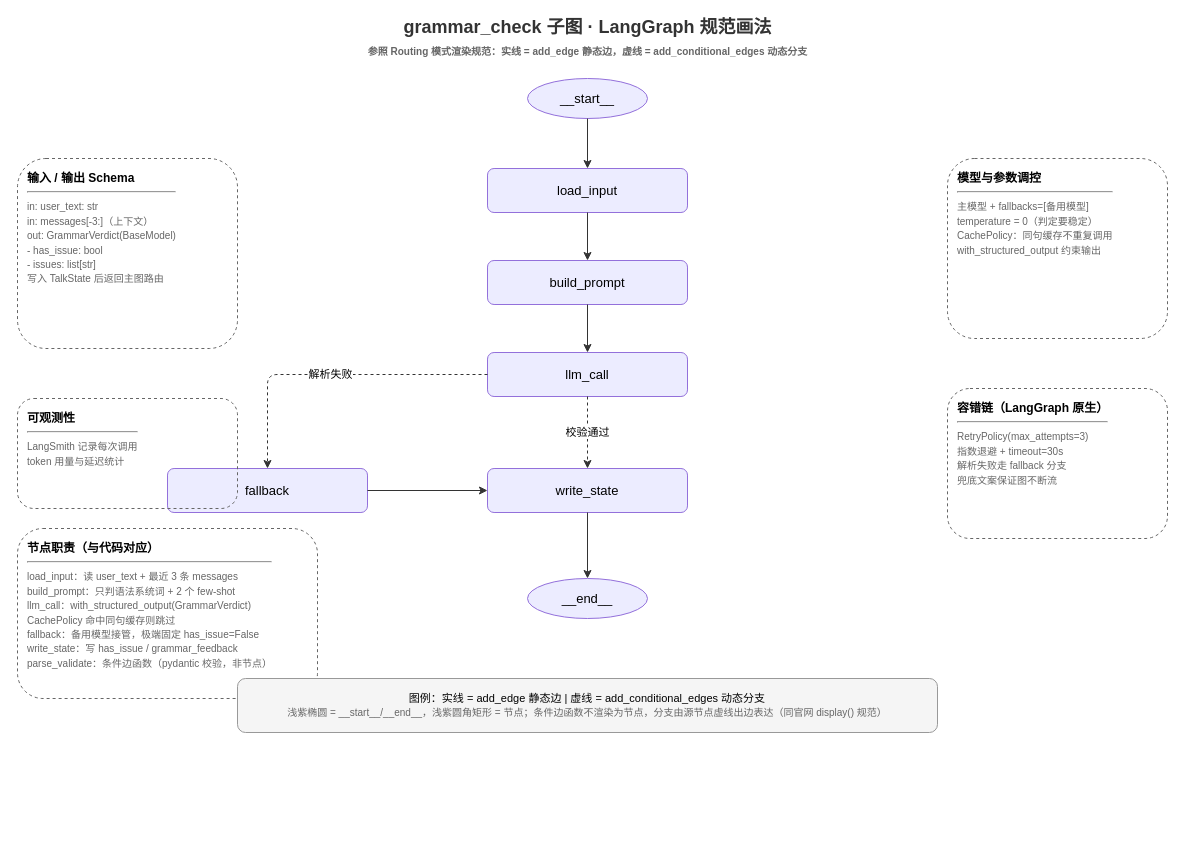
This is backend/src/talk_agent/document/grammar_check_graph.drawio from Ekko306/dialog-ai, a draw.io file, before an edit. Source tidied: cells renumbered, new cells numbered last; positions are measured from the earlier drawing's top-left corner, leaving out a move shared by most shapes. Both pictures are drawn from the tidied source at 100%, with x=0, y=0 at pixel (17, 18).
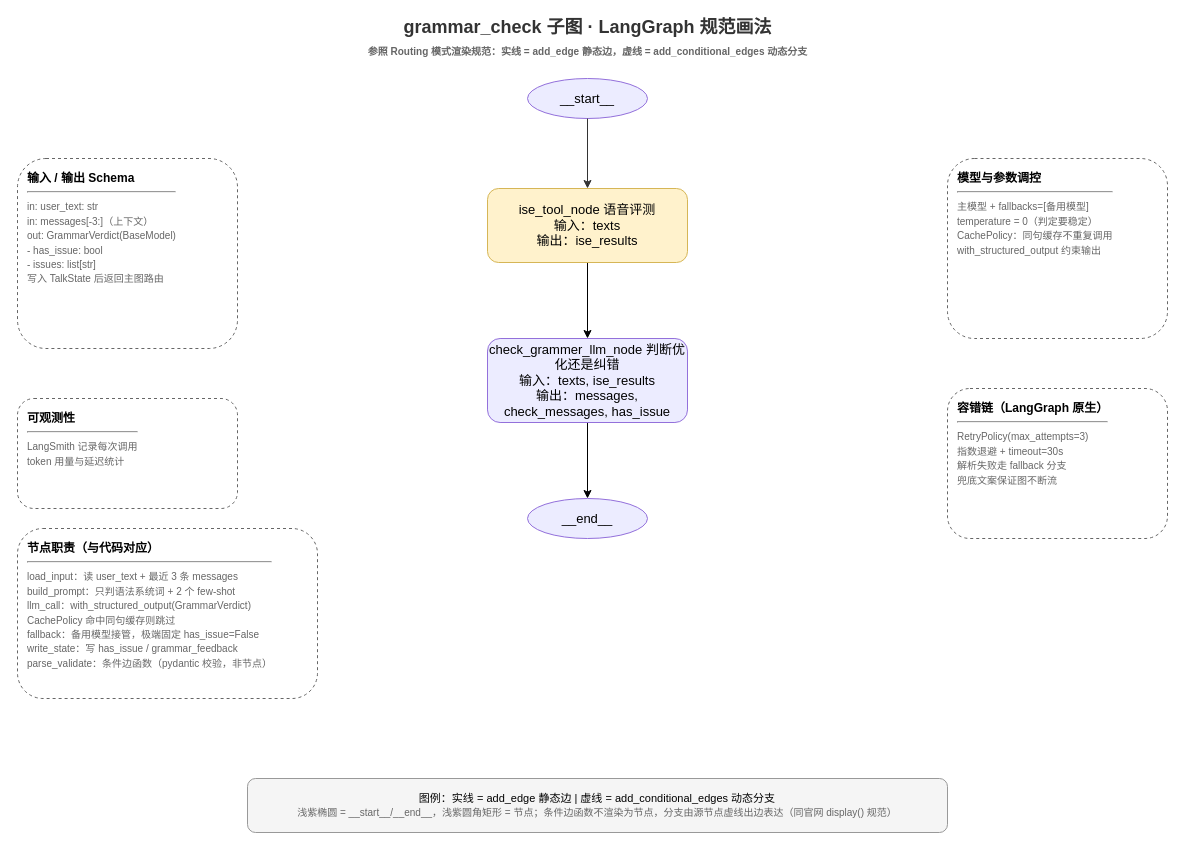
The same page after the edit.

What changed in the source:
```diff
@@
+    <mxCell id="23" style="edgeStyle=none;html=1;entryX=0.5;entryY=0;entryDx=0;entryDy=0;" parent="1" edge="1" source="4" target="6">
+      <mxGeometry relative="1" as="geometry" />
+    </mxCell>
-    <mxCell id="4" value="load_input" style="rounded=1;whiteSpace=wrap;html=1;fillColor=#ECECFF;strokeColor=#9370DB;fontSize=13;" parent="1" vertex="1">
-      <mxGeometry x="470" y="150" width="200" height="44" as="geometry" />
+    <mxCell id="4" value="ise_tool_node 语音评测&lt;br&gt;输入：texts&lt;br&gt;输出：ise_results" style="rounded=1;whiteSpace=wrap;html=1;fillColor=#fff2cc;strokeColor=#d6b656;fontSize=13;" parent="1" vertex="1">
+      <mxGeometry x="470" y="170" width="200" height="74" as="geometry" />
     </mxCell>
-    <mxCell id="5" value="build_prompt" style="rounded=1;whiteSpace=wrap;html=1;fillColor=#ECECFF;strokeColor=#9370DB;fontSize=13;" parent="1" vertex="1">
-      <mxGeometry x="470" y="242" width="200" height="44" as="geometry" />
-    </mxCell>
+    <mxCell id="24" style="edgeStyle=none;html=1;entryX=0.5;entryY=0;entryDx=0;entryDy=0;" parent="1" edge="1" source="6" target="9">
+      <mxGeometry relative="1" as="geometry" />
+    </mxCell>
-    <mxCell id="6" value="llm_call" style="rounded=1;whiteSpace=wrap;html=1;fillColor=#ECECFF;strokeColor=#9370DB;fontSize=13;" parent="1" vertex="1">
-      <mxGeometry x="470" y="334" width="200" height="44" as="geometry" />
+    <mxCell id="6" value="check_grammer_llm_node 判断优化还是纠错&lt;br&gt;输入：texts, ise_results&lt;br&gt;输出：messages, check_messages, has_issue" style="rounded=1;whiteSpace=wrap;html=1;fillColor=#ECECFF;strokeColor=#9370DB;fontSize=13;" parent="1" vertex="1">
+      <mxGeometry x="470" y="320" width="200" height="84" as="geometry" />
     </mxCell>
-    <mxCell id="7" value="fallback" style="rounded=1;whiteSpace=wrap;html=1;fillColor=#ECECFF;strokeColor=#9370DB;fontSize=13;" parent="1" vertex="1">
-      <mxGeometry x="150" y="450" width="200" height="44" as="geometry" />
-    </mxCell>
-    <mxCell id="8" value="write_state" style="rounded=1;whiteSpace=wrap;html=1;fillColor=#ECECFF;strokeColor=#9370DB;fontSize=13;" parent="1" vertex="1">
-      <mxGeometry x="470" y="450" width="200" height="44" as="geometry" />
-    </mxCell>
     <mxCell id="9" value="__end__" style="ellipse;whiteSpace=wrap;html=1;fillColor=#ECECFF;strokeColor=#9370DB;fontSize=13;" parent="1" vertex="1">
-      <mxGeometry x="510" y="560" width="120" height="40" as="geometry" />
+      <mxGeometry x="510" y="480" width="120" height="40" as="geometry" />
     </mxCell>
@@
-    <mxCell id="11" style="edgeStyle=orthogonalEdgeStyle;rounded=1;html=1;strokeColor=#333333;fontSize=11;" parent="1" edge="1" source="4" target="5">
-      <mxGeometry relative="1" as="geometry" />
-    </mxCell>
-    <mxCell id="12" style="edgeStyle=orthogonalEdgeStyle;rounded=1;html=1;strokeColor=#333333;fontSize=11;" parent="1" edge="1" source="5" target="6">
-      <mxGeometry relative="1" as="geometry" />
-    </mxCell>
-    <mxCell id="13" value="校验通过" style="edgeStyle=orthogonalEdgeStyle;rounded=1;html=1;dashed=1;strokeColor=#333333;fontSize=11;exitX=0.5;exitY=1;exitDx=0;exitDy=0;entryX=0.5;entryY=0;entryDx=0;entryDy=0;" parent="1" edge="1" source="6" target="8">
-      <mxGeometry relative="1" as="geometry" />
-    </mxCell>
-    <mxCell id="14" value="解析失败" style="edgeStyle=orthogonalEdgeStyle;rounded=1;html=1;dashed=1;strokeColor=#333333;fontSize=11;exitX=0;exitY=0.5;exitDx=0;exitDy=0;entryX=0.5;entryY=0;entryDx=0;entryDy=0;" parent="1" edge="1" source="6" target="7">
-      <mxGeometry relative="1" as="geometry" />
-    </mxCell>
-    <mxCell id="15" style="edgeStyle=orthogonalEdgeStyle;rounded=1;html=1;strokeColor=#333333;fontSize=11;exitX=1;exitY=0.5;exitDx=0;exitDy=0;entryX=0;entryY=0.5;entryDx=0;entryDy=0;" parent="1" edge="1" source="7" target="8">
-      <mxGeometry relative="1" as="geometry" />
-    </mxCell>
-    <mxCell id="16" style="edgeStyle=orthogonalEdgeStyle;rounded=1;html=1;strokeColor=#333333;fontSize=11;" parent="1" edge="1" source="8" target="9">
-      <mxGeometry relative="1" as="geometry" />
-    </mxCell>
@@
     <mxCell id="22" value="图例：实线 = add_edge 静态边  |  虚线 = add_conditional_edges 动态分支&lt;br&gt;&lt;font style=&quot;font-size:10px&quot; color=&quot;#666666&quot;&gt;浅紫椭圆 = __start__/__end__，浅紫圆角矩形 = 节点；条件边函数不渲染为节点，分支由源节点虚线出边表达（同官网 display() 规范）&lt;/font&gt;" style="rounded=1;whiteSpace=wrap;html=1;fillColor=#f5f5f5;strokeColor=#999999;fontSize=11;align=center;" parent="1" vertex="1">
-      <mxGeometry x="220" y="660" width="700" height="54" as="geometry" />
+      <mxGeometry x="230" y="760" width="700" height="54" as="geometry" />
     </mxCell>
```
